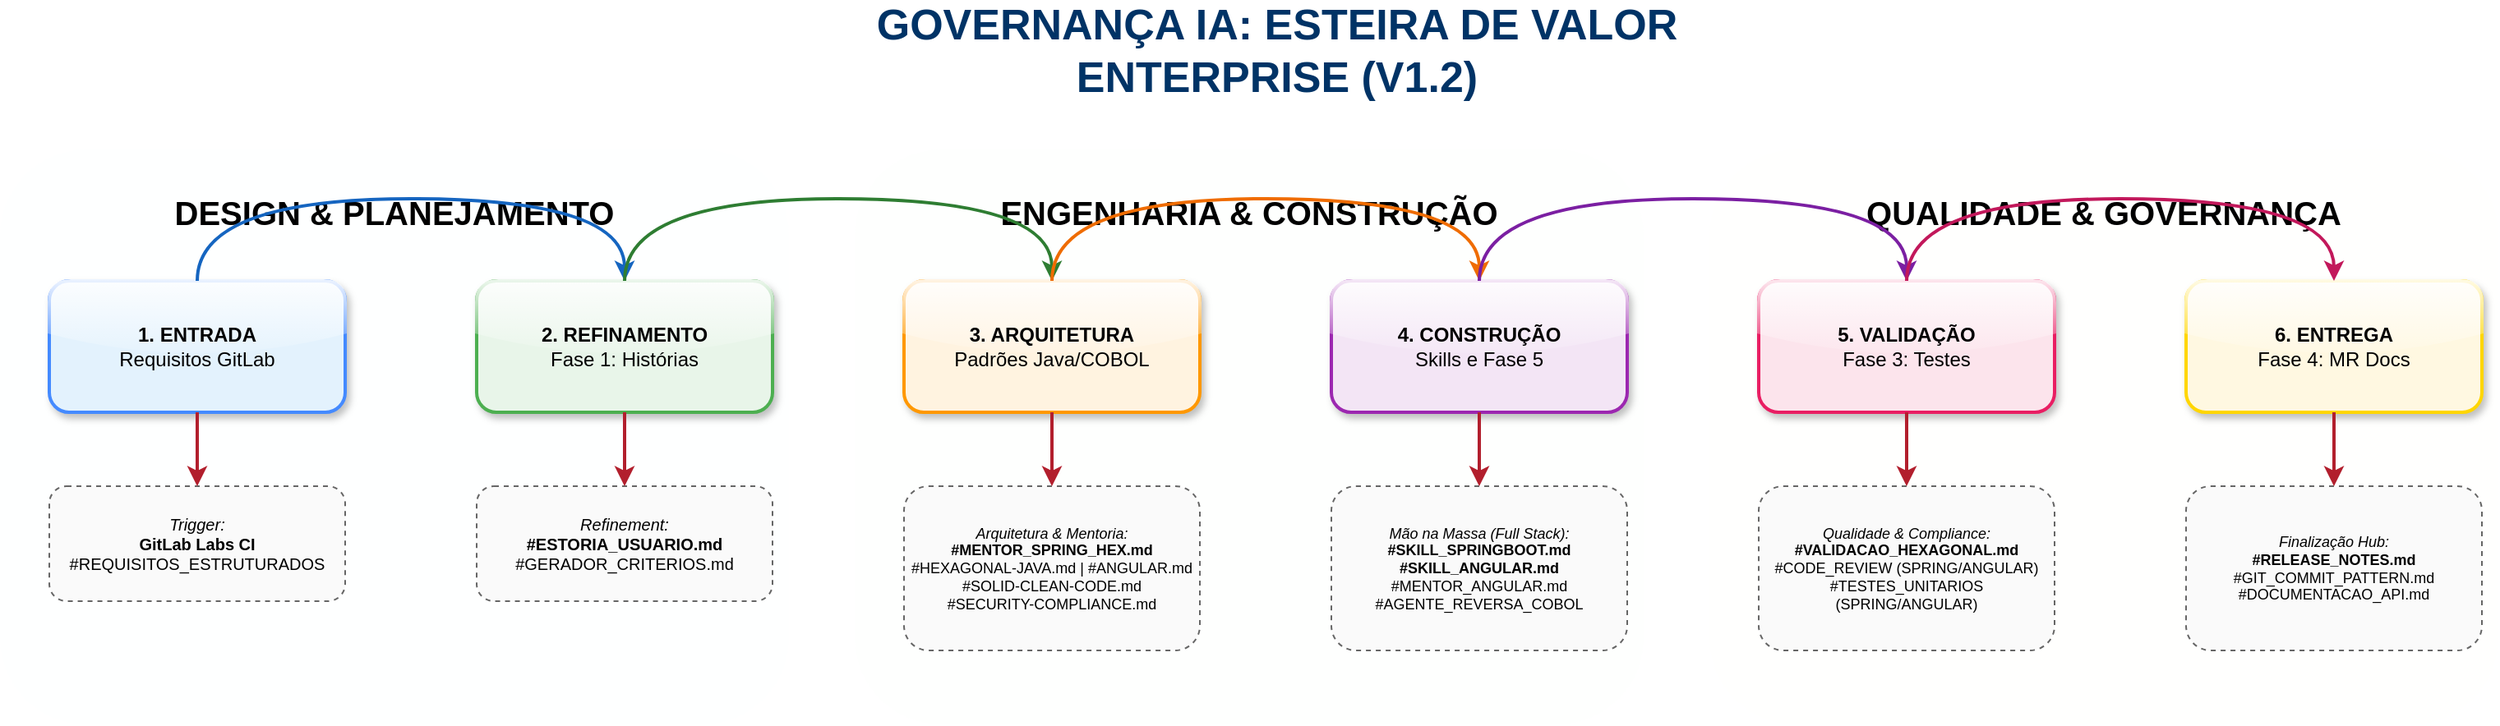
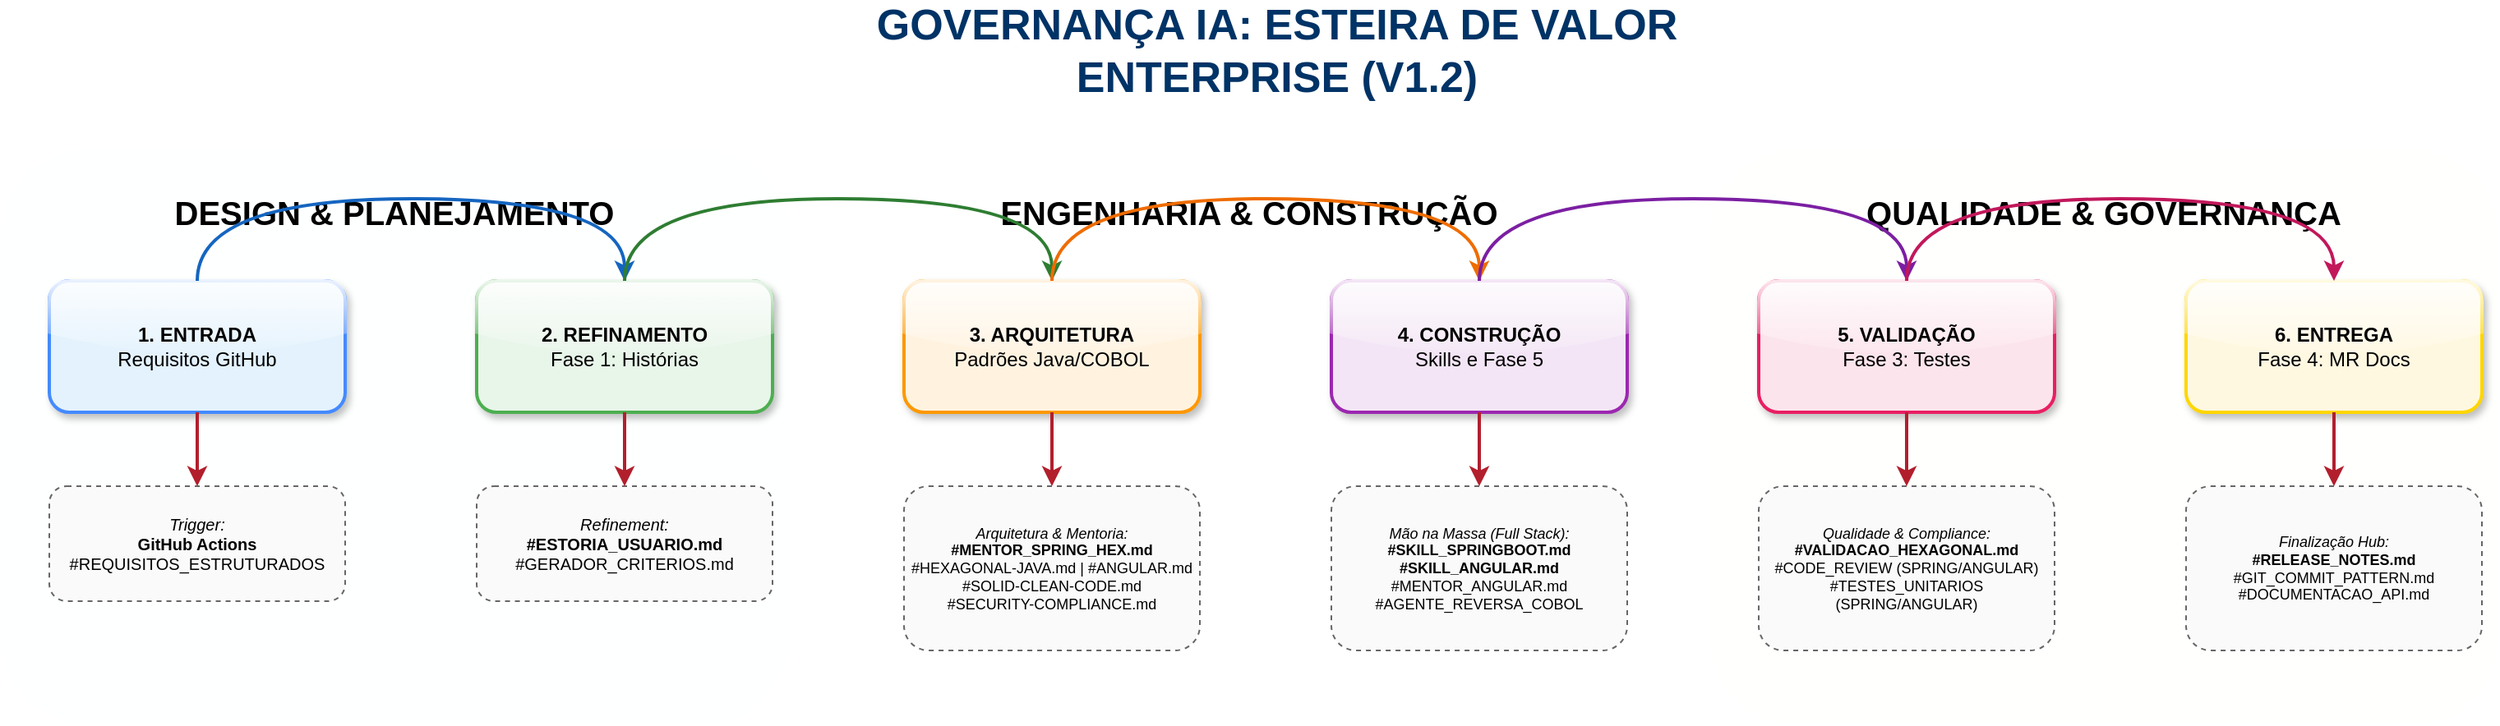
<mxfile host="Electron" version="21.6.8" type="device">
  <diagram id="fluxo-enterprise-v1-2" name="Esteira Enterprise Alta Fidelidade">
    <mxGraphModel dx="1422" dy="794" grid="1" gridSize="10" guides="1" tooltips="1" connect="1" arrows="1" fold="1" page="1" pageScale="1" pageWidth="1654" pageHeight="1169" math="0" shadow="0">
      <root>
        <mxCell id="0" />
        <mxCell id="1" parent="0" />

        <!-- Título Corporativo -->
        <mxCell id="title" value="GOVERNANÇA IA: ESTEIRA DE VALOR ENTERPRISE (V1.2)" style="text;html=1;strokeColor=none;fillColor=none;align=center;verticalAlign=middle;whiteSpace=wrap;rounded=0;fontSize=26;fontStyle=1;fontColor=#003366;" vertex="1" parent="1">
          <mxGeometry x="527" y="40" width="600" height="40" as="geometry" />
        </mxCell>

        <!-- ZONAS DE WORKFLOW (SWIMLANES DE FUNDO) -->
        <mxCell id="zone1" value="DESIGN &amp; PLANEJAMENTO" style="rounded=1;whiteSpace=wrap;html=1;fillColor=#E3F2FD;strokeColor=none;opacity=5;fontSize=20;fontStyle=1;align=center;verticalAlign=top;spacingTop=20;" vertex="1" parent="1">
          <mxGeometry x="50" y="120" width="480" height="350" as="geometry" />
        </mxCell>
        <mxCell id="zone2" value="ENGENHARIA &amp; CONSTRUÇÃO" style="rounded=1;whiteSpace=wrap;html=1;fillColor=#E8F5E9;strokeColor=none;opacity=5;fontSize=20;fontStyle=1;align=center;verticalAlign=top;spacingTop=20;" vertex="1" parent="1">
          <mxGeometry x="570" y="120" width="480" height="350" as="geometry" />
        </mxCell>
        <mxCell id="zone3" value="QUALIDADE &amp; GOVERNANÇA" style="rounded=1;whiteSpace=wrap;html=1;fillColor=#FFF3E0;strokeColor=none;opacity=5;fontSize=20;fontStyle=1;align=center;verticalAlign=top;spacingTop=20;" vertex="1" parent="1">
          <mxGeometry x="1090" y="120" width="480" height="350" as="geometry" />
        </mxCell>

        <!-- CAMADA 1: ETAPAS PRINCIPAIS -->
-         <mxCell id="step1" value="&lt;b&gt;1. ENTRADA&lt;/b&gt;&lt;br&gt;Requisitos GitLab" style="rounded=1;whiteSpace=wrap;html=1;fillColor=#E3F2FD;strokeColor=#448AFF;strokeWidth=2;shadow=1;glass=1;" vertex="1" parent="1">
+         <mxCell id="step1" value="&lt;b&gt;1. ENTRADA&lt;/b&gt;&lt;br&gt;Requisitos GitHub" style="rounded=1;whiteSpace=wrap;html=1;fillColor=#E3F2FD;strokeColor=#448AFF;strokeWidth=2;shadow=1;glass=1;" vertex="1" parent="1">
          <mxGeometry x="80" y="200" width="180" height="80" as="geometry" />
        </mxCell>
        <mxCell id="step2" value="&lt;b&gt;2. REFINAMENTO&lt;/b&gt;&lt;br&gt;Fase 1: Histórias" style="rounded=1;whiteSpace=wrap;html=1;fillColor=#E8F5E9;strokeColor=#4CAF50;strokeWidth=2;shadow=1;glass=1;" vertex="1" parent="1">
          <mxGeometry x="340" y="200" width="180" height="80" as="geometry" />
        </mxCell>
        <mxCell id="step3" value="&lt;b&gt;3. ARQUITETURA&lt;/b&gt;&lt;br&gt;Padrões Java/COBOL" style="rounded=1;whiteSpace=wrap;html=1;fillColor=#FFF3E0;strokeColor=#FF9800;strokeWidth=2;shadow=1;glass=1;" vertex="1" parent="1">
          <mxGeometry x="600" y="200" width="180" height="80" as="geometry" />
        </mxCell>
        <mxCell id="step4" value="&lt;b&gt;4. CONSTRUÇÃO&lt;/b&gt;&lt;br&gt;Skills e Fase 5" style="rounded=1;whiteSpace=wrap;html=1;fillColor=#F3E5F5;strokeColor=#9C27B0;strokeWidth=2;shadow=1;glass=1;" vertex="1" parent="1">
          <mxGeometry x="860" y="200" width="180" height="80" as="geometry" />
        </mxCell>
        <mxCell id="step5" value="&lt;b&gt;5. VALIDAÇÃO&lt;/b&gt;&lt;br&gt;Fase 3: Testes" style="rounded=1;whiteSpace=wrap;html=1;fillColor=#FCE4EC;strokeColor=#E91E63;strokeWidth=2;shadow=1;glass=1;" vertex="1" parent="1">
          <mxGeometry x="1120" y="200" width="180" height="80" as="geometry" />
        </mxCell>
        <mxCell id="step6" value="&lt;b&gt;6. ENTREGA&lt;/b&gt;&lt;br&gt;Fase 4: MR Docs" style="rounded=1;whiteSpace=wrap;html=1;fillColor=#FFF8E1;strokeColor=#FFD600;strokeWidth=2;shadow=1;glass=1;" vertex="1" parent="1">
          <mxGeometry x="1380" y="200" width="180" height="80" as="geometry" />
        </mxCell>

        <!-- CAMADA 2: ATIVOS DO HUB (ALTA FIDELIDADE V1.2) -->
-         <mxCell id="asset1" value="&lt;i&gt;Trigger:&lt;/i&gt;&lt;br&gt;&lt;b&gt;GitLab Labs CI&lt;/b&gt;&lt;br&gt;#REQUISITOS_ESTRUTURADOS" style="rounded=1;whiteSpace=wrap;html=1;fillColor=#FAFAFA;strokeColor=#666666;strokeWidth=1;fontSize=10;dashed=1;" vertex="1" parent="1">
+         <mxCell id="asset1" value="&lt;i&gt;Trigger:&lt;/i&gt;&lt;br&gt;&lt;b&gt;GitHub Actions&lt;/b&gt;&lt;br&gt;#REQUISITOS_ESTRUTURADOS" style="rounded=1;whiteSpace=wrap;html=1;fillColor=#FAFAFA;strokeColor=#666666;strokeWidth=1;fontSize=10;dashed=1;" vertex="1" parent="1">
          <mxGeometry x="80" y="325" width="180" height="70" as="geometry" />
        </mxCell>
        <mxCell id="asset2" value="&lt;i&gt;Refinement:&lt;/i&gt;&lt;br&gt;&lt;b&gt;#ESTORIA_USUARIO.md&lt;/b&gt;&lt;br&gt;#GERADOR_CRITERIOS.md" style="rounded=1;whiteSpace=wrap;html=1;fillColor=#FAFAFA;strokeColor=#666666;strokeWidth=1;fontSize=10;dashed=1;" vertex="1" parent="1">
          <mxGeometry x="340" y="325" width="180" height="70" as="geometry" />
        </mxCell>
        <mxCell id="asset3" value="&lt;i&gt;Arquitetura &amp; Mentoria:&lt;/i&gt;&lt;br&gt;&lt;b&gt;#MENTOR_SPRING_HEX.md&lt;/b&gt;&lt;br&gt;#HEXAGONAL-JAVA.md | #ANGULAR.md&lt;br&gt;#SOLID-CLEAN-CODE.md&lt;br&gt;#SECURITY-COMPLIANCE.md" style="rounded=1;whiteSpace=wrap;html=1;fillColor=#FAFAFA;strokeColor=#666666;strokeWidth=1;fontSize=9;dashed=1;" vertex="1" parent="1">
          <mxGeometry x="600" y="325" width="180" height="100" as="geometry" />
        </mxCell>
        <mxCell id="asset4" value="&lt;i&gt;Mão na Massa (Full Stack):&lt;/i&gt;&lt;br&gt;&lt;b&gt;#SKILL_SPRINGBOOT.md&lt;/b&gt;&lt;br&gt;&lt;b&gt;#SKILL_ANGULAR.md&lt;/b&gt;&lt;br&gt;#MENTOR_ANGULAR.md&lt;br&gt;#AGENTE_REVERSA_COBOL" style="rounded=1;whiteSpace=wrap;html=1;fillColor=#FAFAFA;strokeColor=#666666;strokeWidth=1;fontSize=9;dashed=1;" vertex="1" parent="1">
          <mxGeometry x="860" y="325" width="180" height="100" as="geometry" />
        </mxCell>
        <mxCell id="asset5" value="&lt;i&gt;Qualidade &amp; Compliance:&lt;/i&gt;&lt;br&gt;&lt;b&gt;#VALIDACAO_HEXAGONAL.md&lt;/b&gt;&lt;br&gt;#CODE_REVIEW (SPRING/ANGULAR)&lt;br&gt;#TESTES_UNITARIOS (SPRING/ANGULAR)" style="rounded=1;whiteSpace=wrap;html=1;fillColor=#FAFAFA;strokeColor=#666666;strokeWidth=1;fontSize=9;dashed=1;" vertex="1" parent="1">
          <mxGeometry x="1120" y="325" width="180" height="100" as="geometry" />
        </mxCell>
        <mxCell id="asset6" value="&lt;i&gt;Finalização Hub:&lt;/i&gt;&lt;br&gt;&lt;b&gt;#RELEASE_NOTES.md&lt;/b&gt;&lt;br&gt;#GIT_COMMIT_PATTERN.md&lt;br&gt;#DOCUMENTACAO_API.md" style="rounded=1;whiteSpace=wrap;html=1;fillColor=#FAFAFA;strokeColor=#666666;strokeWidth=1;fontSize=9;dashed=1;" vertex="1" parent="1">
          <mxGeometry x="1380" y="325" width="180" height="100" as="geometry" />
        </mxCell>

        <!-- Conectores Executivos (Dark Red) -->
        <mxCell id="c1" edge="1" parent="1" source="step1" target="asset1" style="edgeStyle=none;rounded=0;orthogonalLoop=1;jettySize=auto;html=1;strokeColor=#B21F2D;strokeWidth=2;endArrow=classic;startArrow=none;">
          <mxGeometry relative="1" as="geometry" />
        </mxCell>
        <mxCell id="c2" edge="1" parent="1" source="step2" target="asset2" style="edgeStyle=none;rounded=0;orthogonalLoop=1;jettySize=auto;html=1;strokeColor=#B21F2D;strokeWidth=2;endArrow=classic;startArrow=none;">
          <mxGeometry relative="1" as="geometry" />
        </mxCell>
        <mxCell id="c3" edge="1" parent="1" source="step3" target="asset3" style="edgeStyle=none;rounded=0;orthogonalLoop=1;jettySize=auto;html=1;strokeColor=#B21F2D;strokeWidth=2;endArrow=classic;startArrow=none;">
          <mxGeometry relative="1" as="geometry" />
        </mxCell>
        <mxCell id="c4" edge="1" parent="1" source="step4" target="asset4" style="edgeStyle=none;rounded=0;orthogonalLoop=1;jettySize=auto;html=1;strokeColor=#B21F2D;strokeWidth=2;endArrow=classic;startArrow=none;">
          <mxGeometry relative="1" as="geometry" />
        </mxCell>
        <mxCell id="c5" edge="1" parent="1" source="step5" target="asset5" style="edgeStyle=none;rounded=0;orthogonalLoop=1;jettySize=auto;html=1;strokeColor=#B21F2D;strokeWidth=2;endArrow=classic;startArrow=none;">
          <mxGeometry relative="1" as="geometry" />
        </mxCell>
        <mxCell id="c6" edge="1" parent="1" source="step6" target="asset6" style="edgeStyle=none;rounded=0;orthogonalLoop=1;jettySize=auto;html=1;strokeColor=#B21F2D;strokeWidth=2;endArrow=classic;startArrow=none;">
          <mxGeometry relative="1" as="geometry" />
        </mxCell>

        <!-- SETAS DE FLUXO (IDA) -->
        <mxCell id="f1" edge="1" parent="1" source="step1" target="step2" style="edgeStyle=orthogonalEdgeStyle;rounded=1;orthogonalLoop=1;jettySize=auto;html=1;strokeWidth=2;strokeColor=#1565C0;curved=1;">
          <mxGeometry relative="1" as="geometry">
            <Array as="points"><mxPoint x="170" y="150" /><mxPoint x="430" y="150" /></Array>
          </mxGeometry>
        </mxCell>
        <mxCell id="f2" edge="1" parent="1" source="step2" target="step3" style="edgeStyle=orthogonalEdgeStyle;rounded=1;orthogonalLoop=1;jettySize=auto;html=1;strokeWidth=2;strokeColor=#2E7D32;curved=1;">
          <mxGeometry relative="1" as="geometry">
            <Array as="points"><mxPoint x="430" y="150" /><mxPoint x="690" y="150" /></Array>
          </mxGeometry>
        </mxCell>
        <mxCell id="f3" edge="1" parent="1" source="step3" target="step4" style="edgeStyle=orthogonalEdgeStyle;rounded=1;orthogonalLoop=1;jettySize=auto;html=1;strokeWidth=2;strokeColor=#EF6C00;curved=1;">
          <mxGeometry relative="1" as="geometry">
            <Array as="points"><mxPoint x="690" y="150" /><mxPoint x="950" y="150" /></Array>
          </mxGeometry>
        </mxCell>
        <mxCell id="f4" edge="1" parent="1" source="step4" target="step5" style="edgeStyle=orthogonalEdgeStyle;rounded=1;orthogonalLoop=1;jettySize=auto;html=1;strokeWidth=2;strokeColor=#7B1FA2;curved=1;">
          <mxGeometry relative="1" as="geometry">
            <Array as="points"><mxPoint x="950" y="150" /><mxPoint x="1210" y="150" /></Array>
          </mxGeometry>
        </mxCell>
        <mxCell id="f5" edge="1" parent="1" source="step5" target="step6" style="edgeStyle=orthogonalEdgeStyle;rounded=1;orthogonalLoop=1;jettySize=auto;html=1;strokeWidth=2;strokeColor=#C2185B;curved=1;">
          <mxGeometry relative="1" as="geometry">
            <Array as="points"><mxPoint x="1210" y="150" /><mxPoint x="1470" y="150" /></Array>
          </mxGeometry>
        </mxCell>
      </root>
    </mxGraphModel>
  </diagram>
</mxfile>
